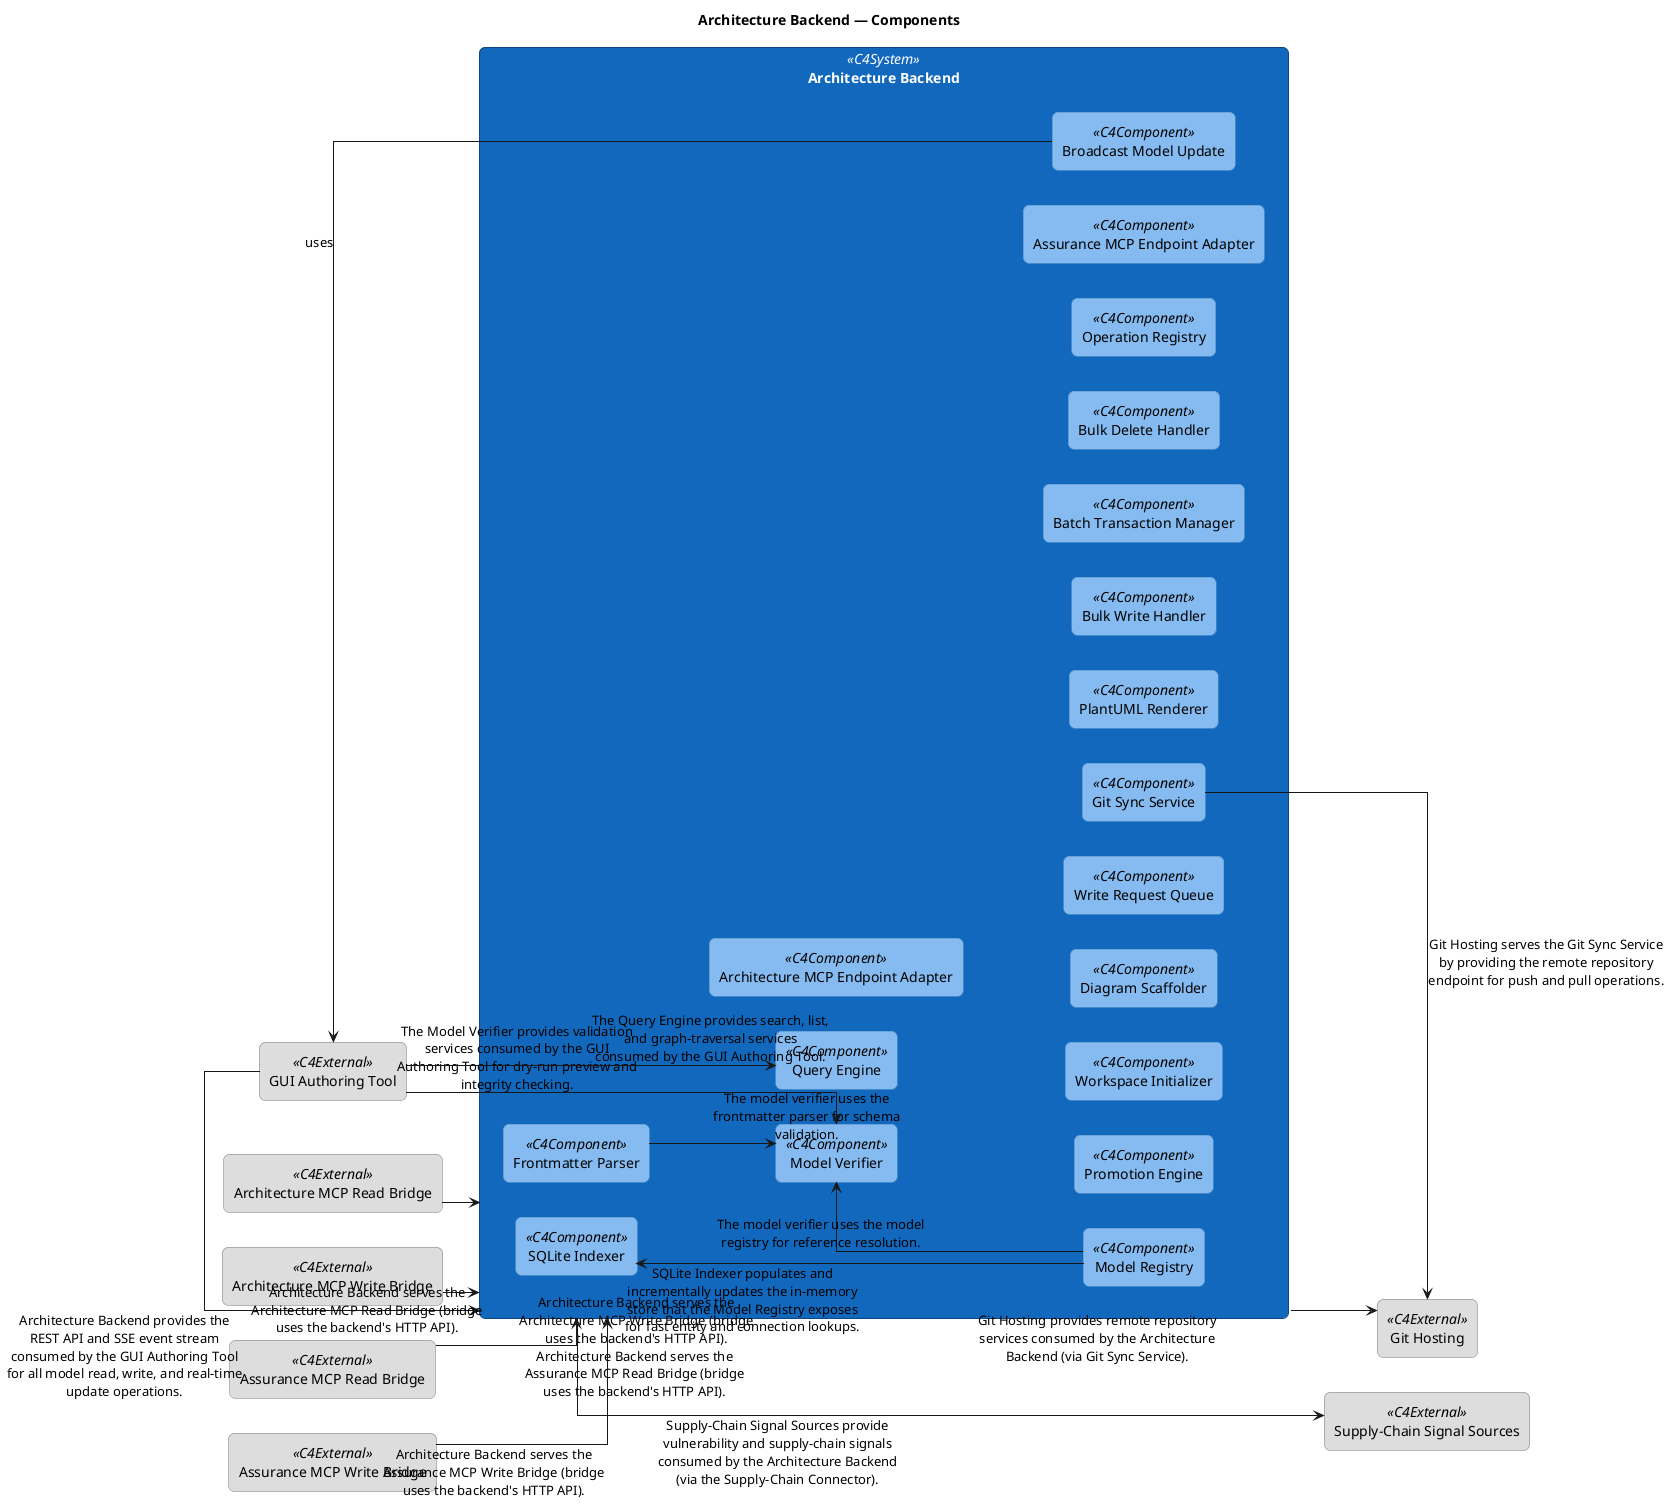
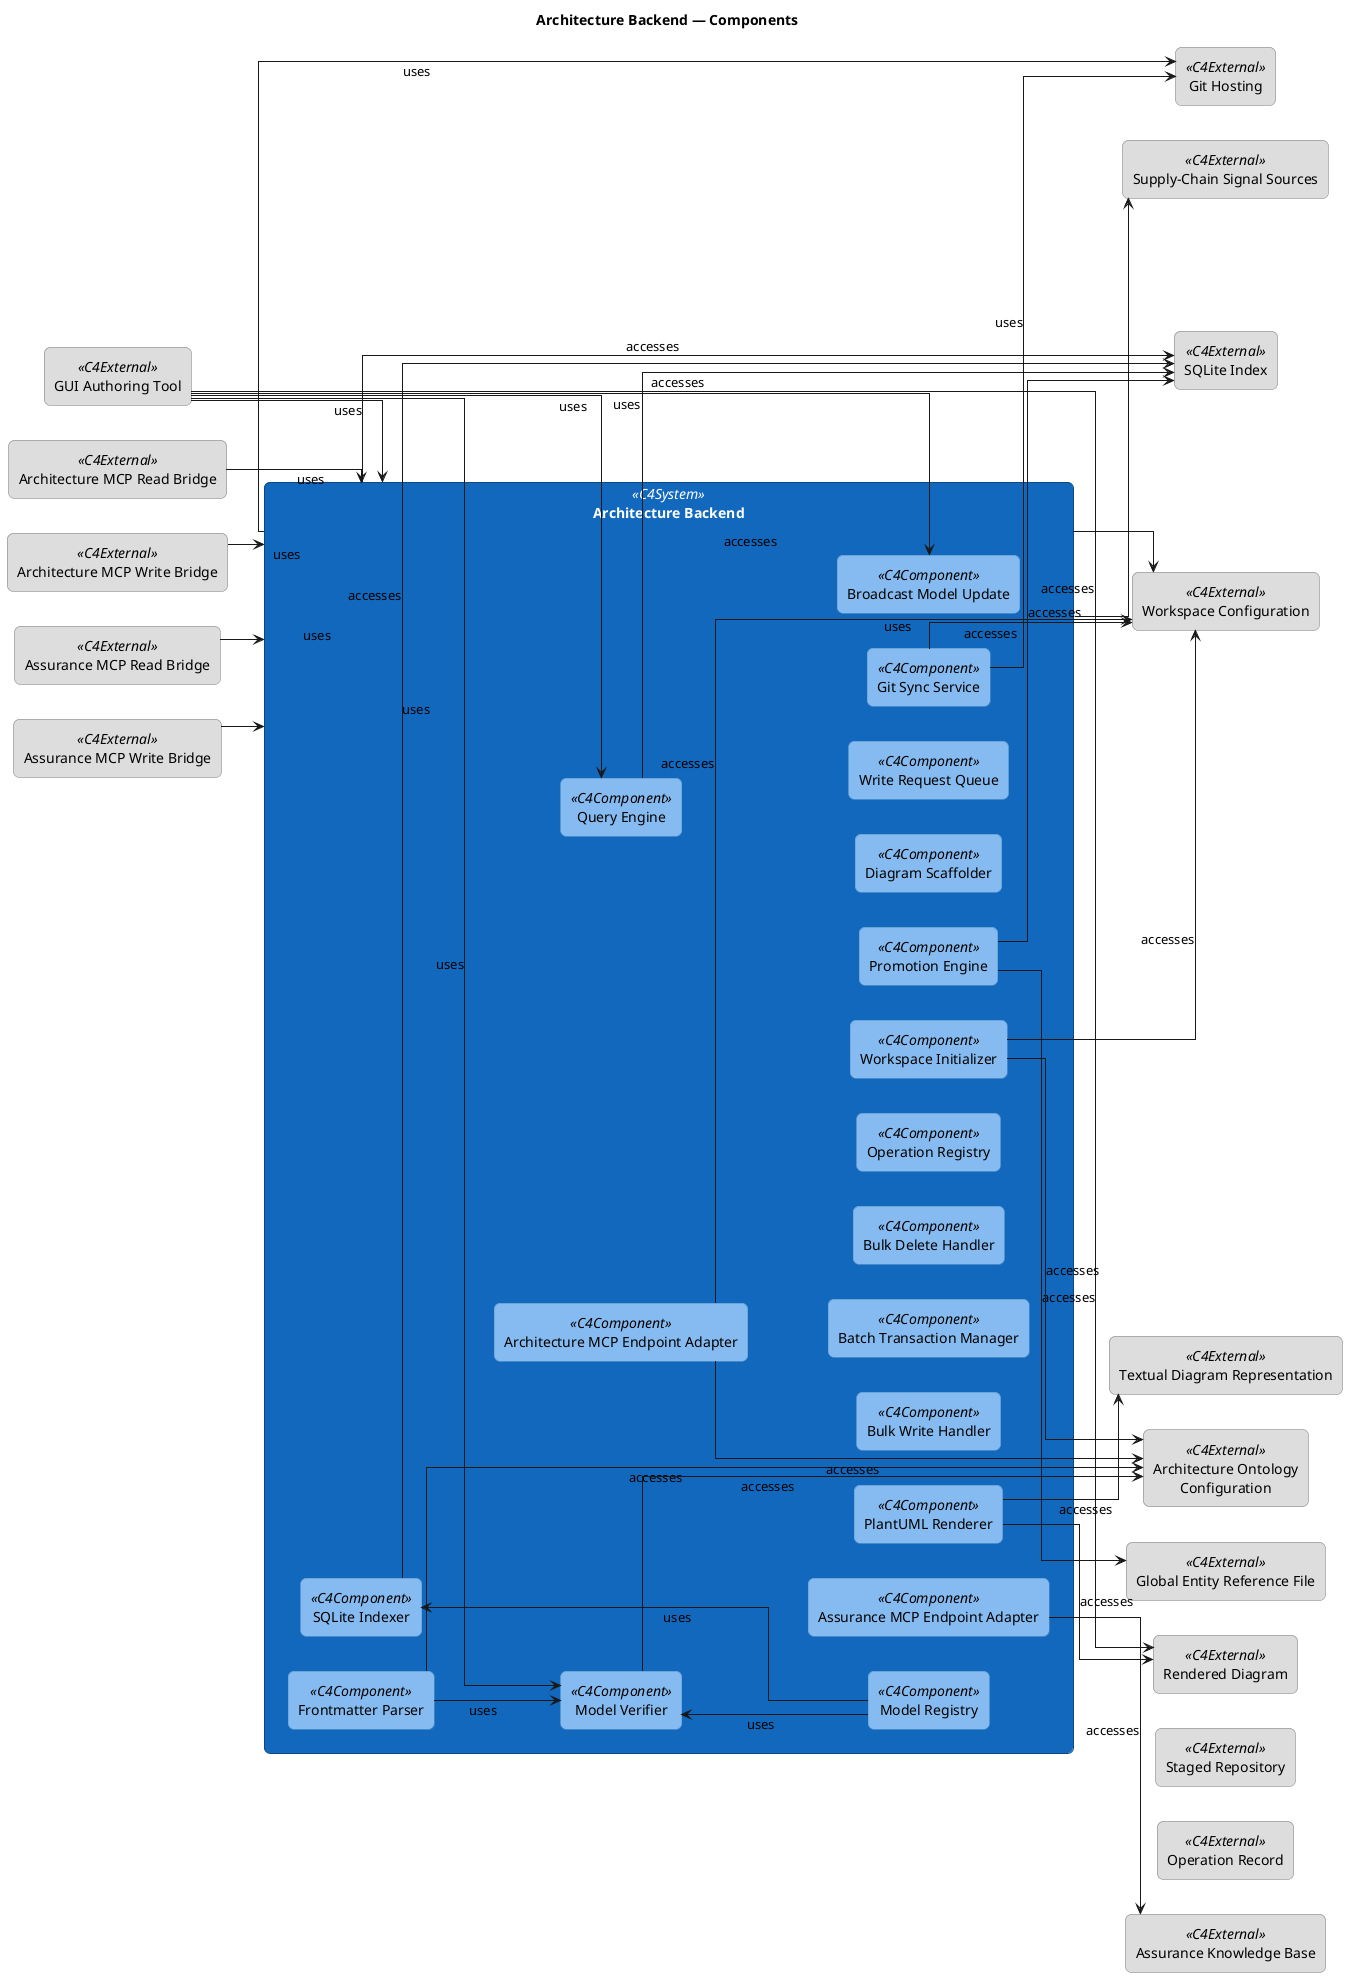
---
artifact-id: CC@1780829793.K3l46j.architecture-backend-components
artifact-type: diagram
name: "Architecture Backend \u2014 Components"
version: 0.1.0
status: draft
keywords:
- c4
- component
- backend
diagram-type: c4-component
entity-ids-used:
- APP@1712870400.JOmFWy.sqlite-indexer
- APP@1712870400.YOOEbL.frontmatter-parser
- APP@1712870400.ca3vm7.model-verifier
- APP@1712870400.kRZYOA.architecture-mcp-endpoint-adapter
- APP@1712870400.v9LvfK.query-engine
- APP@1712870400.yNhgdh.model-registry
- APP@1776149382.lmO0mp.gui-authoring-tool
- APP@1776633693.tIMxjr.promotion-engine
- APP@1776633694.w51oVF.workspace-initializer
- APP@1776633697.SCKD2U.diagram-scaffolder
- APP@1776637531.a9k_mJ.write-request-queue
- APP@1777293133.OYEmP1.architecture-backend
- APP@1777293134.tY3JIK.git-sync-service
- APP@1777293136.yaxrWl.plantuml-renderer
- APP@1777399924.5n_KQJ.bulk-write-handler
- APP@1777399925.HOOYAQ.batch-transaction-manager
- APP@1777399925.WK_78v.bulk-delete-handler
- APP@1777399926.PDJI8F.operation-registry
- APP@1780656430.m-U5S1.assurance-mcp-endpoint-adapter
- APP@1780783708.Ne0utf.architecture-mcp-read-bridge
- APP@1780783709.etTj9M.architecture-mcp-write-bridge
- APP@1780783710.iu_kKL.assurance-mcp-read-bridge
- APP@1780783711.js9xHR.assurance-mcp-write-bridge
- APP@1780783992.Je9pmw.git-hosting
- APP@1780783993.JqIBPJ.supply-chain-signal-sources
- FNC@1777390460.3ZsfnT.broadcast-model-update
+ - DOB@1712870400.3rilik.sqlite-index
+ - DOB@1776633700.I9qEoI.workspace-configuration
+ - DOB@1777239791.4Z28xK.textual-diagram-representation
+ - DOB@1777293139.UjyXG3.architecture-ontology-configuration
+ - DOB@1777293141.4dO6js.global-entity-reference-file
+ - DOB@1777293144.zynRsm.rendered-diagram
+ - DOB@1777399929.hhYsiw.staged-repository
+ - DOB@1777399930.hExrX3.operation-record
+ - DOB@1780656431.ApaPcg.assurance-knowledge-base
connection-ids-used:
- APP@1712870400.JOmFWy.sqlite-indexer---APP@1712870400.yNhgdh.model-registry@@archimate-serving
- APP@1712870400.ca3vm7.model-verifier---APP@1712870400.YOOEbL.frontmatter-parser@@archimate-serving
- APP@1712870400.ca3vm7.model-verifier---APP@1712870400.yNhgdh.model-registry@@archimate-serving
- APP@1712870400.ca3vm7.model-verifier---APP@1776149382.lmO0mp.gui-authoring-tool@@archimate-serving
- APP@1712870400.v9LvfK.query-engine---APP@1776149382.lmO0mp.gui-authoring-tool@@archimate-serving
- APP@1777293133.OYEmP1.architecture-backend---APP@1776149382.lmO0mp.gui-authoring-tool@@archimate-serving
- APP@1777293133.OYEmP1.architecture-backend---APP@1780783708.Ne0utf.architecture-mcp-read-bridge@@archimate-serving
- APP@1777293133.OYEmP1.architecture-backend---APP@1780783709.etTj9M.architecture-mcp-write-bridge@@archimate-serving
- APP@1777293133.OYEmP1.architecture-backend---APP@1780783710.iu_kKL.assurance-mcp-read-bridge@@archimate-serving
- APP@1777293133.OYEmP1.architecture-backend---APP@1780783711.js9xHR.assurance-mcp-write-bridge@@archimate-serving
- APP@1780783992.Je9pmw.git-hosting---APP@1777293133.OYEmP1.architecture-backend@@archimate-serving
- APP@1780783992.Je9pmw.git-hosting---APP@1777293134.tY3JIK.git-sync-service@@archimate-serving
- APP@1780783993.JqIBPJ.supply-chain-signal-sources---APP@1777293133.OYEmP1.architecture-backend@@archimate-serving
- FNC@1777390460.3ZsfnT.broadcast-model-update---APP@1776149382.lmO0mp.gui-authoring-tool@@archimate-association
+ - APP@1712870400.JOmFWy.sqlite-indexer---DOB@1712870400.3rilik.sqlite-index@@archimate-access
+ - APP@1712870400.YOOEbL.frontmatter-parser---DOB@1777293139.UjyXG3.architecture-ontology-configuration@@archimate-access
+ - APP@1712870400.ca3vm7.model-verifier---DOB@1777293139.UjyXG3.architecture-ontology-configuration@@archimate-access
+ - APP@1712870400.kRZYOA.architecture-mcp-endpoint-adapter---DOB@1776633700.I9qEoI.workspace-configuration@@archimate-access
+ - APP@1712870400.kRZYOA.architecture-mcp-endpoint-adapter---DOB@1777293139.UjyXG3.architecture-ontology-configuration@@archimate-access
+ - APP@1712870400.v9LvfK.query-engine---DOB@1712870400.3rilik.sqlite-index@@archimate-access
+ - APP@1776149382.lmO0mp.gui-authoring-tool---DOB@1777293144.zynRsm.rendered-diagram@@archimate-access
+ - APP@1776633693.tIMxjr.promotion-engine---DOB@1712870400.3rilik.sqlite-index@@archimate-access
+ - APP@1776633693.tIMxjr.promotion-engine---DOB@1777293141.4dO6js.global-entity-reference-file@@archimate-access
+ - APP@1776633694.w51oVF.workspace-initializer---DOB@1776633700.I9qEoI.workspace-configuration@@archimate-access
+ - APP@1776633694.w51oVF.workspace-initializer---DOB@1777293139.UjyXG3.architecture-ontology-configuration@@archimate-access
+ - APP@1777293133.OYEmP1.architecture-backend---DOB@1712870400.3rilik.sqlite-index@@archimate-access
+ - APP@1777293133.OYEmP1.architecture-backend---DOB@1776633700.I9qEoI.workspace-configuration@@archimate-access
+ - APP@1777293134.tY3JIK.git-sync-service---DOB@1776633700.I9qEoI.workspace-configuration@@archimate-access
+ - APP@1777293136.yaxrWl.plantuml-renderer---DOB@1777239791.4Z28xK.textual-diagram-representation@@archimate-access
+ - APP@1777293136.yaxrWl.plantuml-renderer---DOB@1777293144.zynRsm.rendered-diagram@@archimate-access
+ - APP@1780656430.m-U5S1.assurance-mcp-endpoint-adapter---DOB@1780656431.ApaPcg.assurance-knowledge-base@@archimate-access
+ - FNC@1777399926.DrKMhV.resolve-operation-idempotency---DOB@1777399930.hExrX3.operation-record@@archimate-access
+ - FNC@1777399927.hbgFU3.create-staging-repository---DOB@1777399929.hhYsiw.staged-repository@@archimate-access
diagram-entities: {}
bindings:
- id: bind-scope
  subject:
    kind: diagram
  correspondence_kind: scoped-by
  target:
    entity_id: APP@1777293133.OYEmP1.architecture-backend
last-updated: '2026-06-07'
---
@startuml architecture-backend---components
left to right direction
skinparam shadowing false
skinparam linetype ortho
skinparam defaultTextAlignment center
skinparam wrapWidth 240
skinparam maxMessageSize 240
skinparam rectangle {
  RoundCorner 12
  Padding 10
}
skinparam actor {
  BackgroundColor #08427b
  BorderColor #052e56
  FontColor white
}
skinparam rectangle<<C4System>> {
  BackgroundColor #1168bd
  BorderColor #0b4884
  FontColor white
}
skinparam rectangle<<C4Container>> {
  BackgroundColor #438dd5
  BorderColor #2f6da6
  FontColor white
}
skinparam rectangle<<C4Component>> {
  BackgroundColor #85bbf0
  BorderColor #5e98c8
  FontColor black
}
skinparam rectangle<<C4External>> {
  BackgroundColor #dddddd
  BorderColor #777777
  FontColor black
}

title Architecture Backend — Components

rectangle "Architecture Backend" <<C4System>> as APP_OYEmP1 {
  rectangle "SQLite Indexer" <<C4Component>> as APP_JOmFWy
  rectangle "Frontmatter Parser" <<C4Component>> as APP_YOOEbL
  rectangle "Model Verifier" <<C4Component>> as APP_ca3vm7
  rectangle "Architecture MCP Endpoint Adapter" <<C4Component>> as APP_kRZYOA
  rectangle "Query Engine" <<C4Component>> as APP_v9LvfK
  rectangle "Model Registry" <<C4Component>> as APP_yNhgdh
  rectangle "Promotion Engine" <<C4Component>> as APP_tIMxjr
  rectangle "Workspace Initializer" <<C4Component>> as APP_w51oVF
  rectangle "Diagram Scaffolder" <<C4Component>> as APP_SCKD2U
  rectangle "Write Request Queue" <<C4Component>> as APP_a9k_mJ
  rectangle "Git Sync Service" <<C4Component>> as APP_tY3JIK
  rectangle "PlantUML Renderer" <<C4Component>> as APP_yaxrWl
  rectangle "Bulk Write Handler" <<C4Component>> as APP_5n_KQJ
  rectangle "Batch Transaction Manager" <<C4Component>> as APP_HOOYAQ
  rectangle "Bulk Delete Handler" <<C4Component>> as APP_WK_78v
  rectangle "Operation Registry" <<C4Component>> as APP_PDJI8F
  rectangle "Assurance MCP Endpoint Adapter" <<C4Component>> as APP_m_U5S1
  rectangle "Broadcast Model Update" <<C4Component>> as FNC_3ZsfnT
  APP_JOmFWy -[hidden]right- APP_YOOEbL
  APP_YOOEbL -[hidden]right- APP_ca3vm7
  APP_ca3vm7 -[hidden]right- APP_kRZYOA
  APP_kRZYOA -[hidden]right- APP_v9LvfK
  APP_v9LvfK -[hidden]right- APP_yNhgdh
  APP_yNhgdh -[hidden]right- APP_tIMxjr
  APP_tIMxjr -[hidden]right- APP_w51oVF
  APP_w51oVF -[hidden]right- APP_SCKD2U
  APP_SCKD2U -[hidden]right- APP_a9k_mJ
  APP_a9k_mJ -[hidden]right- APP_tY3JIK
  APP_tY3JIK -[hidden]right- APP_yaxrWl
  APP_yaxrWl -[hidden]right- APP_5n_KQJ
  APP_5n_KQJ -[hidden]right- APP_HOOYAQ
  APP_HOOYAQ -[hidden]right- APP_WK_78v
  APP_WK_78v -[hidden]right- APP_PDJI8F
  APP_PDJI8F -[hidden]right- APP_m_U5S1
  APP_m_U5S1 -[hidden]right- FNC_3ZsfnT

}

rectangle "GUI Authoring Tool" <<C4External>> as APP_lmO0mp
rectangle "Architecture MCP Read Bridge" <<C4External>> as APP_Ne0utf
rectangle "Architecture MCP Write Bridge" <<C4External>> as APP_etTj9M
rectangle "Assurance MCP Read Bridge" <<C4External>> as APP_iu_kKL
rectangle "Assurance MCP Write Bridge" <<C4External>> as APP_js9xHR
rectangle "Git Hosting" <<C4External>> as APP_Je9pmw
rectangle "Supply-Chain Signal Sources" <<C4External>> as APP_JqIBPJ
+ rectangle "SQLite Index" <<C4External>> as DOB_3rilik
+ rectangle "Workspace Configuration" <<C4External>> as DOB_I9qEoI
+ rectangle "Textual Diagram Representation" <<C4External>> as DOB_4Z28xK
+ rectangle "Architecture Ontology Configuration" <<C4External>> as DOB_UjyXG3
+ rectangle "Global Entity Reference File" <<C4External>> as DOB_4dO6js
+ rectangle "Rendered Diagram" <<C4External>> as DOB_zynRsm
+ rectangle "Staged Repository" <<C4External>> as DOB_hhYsiw
+ rectangle "Operation Record" <<C4External>> as DOB_hExrX3
+ rectangle "Assurance Knowledge Base" <<C4External>> as DOB_ApaPcg

APP_OYEmP1 -[hidden]right- APP_lmO0mp
APP_lmO0mp -[hidden]right- APP_Ne0utf
APP_Ne0utf -[hidden]right- APP_etTj9M
APP_etTj9M -[hidden]right- APP_iu_kKL
APP_iu_kKL -[hidden]right- APP_js9xHR
APP_js9xHR -[hidden]right- APP_Je9pmw
APP_Je9pmw -[hidden]right- APP_JqIBPJ
- 
- 
- APP_yNhgdh --> APP_JOmFWy : SQLite Indexer populates and incrementally updates the in-memory store that the Model Registry exposes for fast entity and connection lookups.
- APP_YOOEbL --> APP_ca3vm7 : The model verifier uses the frontmatter parser for schema validation.
- APP_yNhgdh --> APP_ca3vm7 : The model verifier uses the model registry for reference resolution.
- APP_lmO0mp --> APP_ca3vm7 : The Model Verifier provides validation services consumed by the GUI Authoring Tool for dry-run preview and integrity checking.
- APP_lmO0mp --> APP_v9LvfK : The Query Engine provides search, list, and graph-traversal services consumed by the GUI Authoring Tool.
- APP_lmO0mp --> APP_OYEmP1 : Architecture Backend provides the REST API and SSE event stream consumed by the GUI Authoring Tool for all model read, write, and real-time update operations.
- APP_Ne0utf --> APP_OYEmP1 : Architecture Backend serves the Architecture MCP Read Bridge (bridge uses the backend's HTTP API).
- APP_etTj9M --> APP_OYEmP1 : Architecture Backend serves the Architecture MCP Write Bridge (bridge uses the backend's HTTP API).
- APP_iu_kKL --> APP_OYEmP1 : Architecture Backend serves the Assurance MCP Read Bridge (bridge uses the backend's HTTP API).
- APP_js9xHR --> APP_OYEmP1 : Architecture Backend serves the Assurance MCP Write Bridge (bridge uses the backend's HTTP API).
- APP_OYEmP1 --> APP_Je9pmw : Git Hosting provides remote repository services consumed by the Architecture Backend (via Git Sync Service).
- APP_tY3JIK --> APP_Je9pmw : Git Hosting serves the Git Sync Service by providing the remote repository endpoint for push and pull operations.
- APP_OYEmP1 --> APP_JqIBPJ : Supply-Chain Signal Sources provide vulnerability and supply-chain signals consumed by the Architecture Backend (via the Supply-Chain Connector).
- FNC_3ZsfnT --> APP_lmO0mp : uses
+ APP_JqIBPJ -[hidden]right- DOB_3rilik
+ DOB_3rilik -[hidden]right- DOB_I9qEoI
+ DOB_I9qEoI -[hidden]right- DOB_4Z28xK
+ DOB_4Z28xK -[hidden]right- DOB_UjyXG3
+ DOB_UjyXG3 -[hidden]right- DOB_4dO6js
+ DOB_4dO6js -[hidden]right- DOB_zynRsm
+ DOB_zynRsm -[hidden]right- DOB_hhYsiw
+ DOB_hhYsiw -[hidden]right- DOB_hExrX3
+ DOB_hExrX3 -[hidden]right- DOB_ApaPcg
+ 
+ 
+ APP_yNhgdh --> APP_JOmFWy : uses
+ APP_JOmFWy --> DOB_3rilik : accesses
+ APP_YOOEbL --> DOB_UjyXG3 : accesses
+ APP_YOOEbL --> APP_ca3vm7 : uses
+ APP_yNhgdh --> APP_ca3vm7 : uses
+ APP_lmO0mp --> APP_ca3vm7 : uses
+ APP_ca3vm7 --> DOB_UjyXG3 : accesses
+ APP_kRZYOA --> DOB_I9qEoI : accesses
+ APP_kRZYOA --> DOB_UjyXG3 : accesses
+ APP_lmO0mp --> APP_v9LvfK : uses
+ APP_v9LvfK --> DOB_3rilik : accesses
+ APP_lmO0mp --> DOB_zynRsm : accesses
+ APP_tIMxjr --> DOB_3rilik : accesses
+ APP_tIMxjr --> DOB_4dO6js : accesses
+ APP_w51oVF --> DOB_I9qEoI : accesses
+ APP_w51oVF --> DOB_UjyXG3 : accesses
+ APP_lmO0mp --> APP_OYEmP1 : uses
+ APP_Ne0utf --> APP_OYEmP1 : uses
+ APP_etTj9M --> APP_OYEmP1 : uses
+ APP_iu_kKL --> APP_OYEmP1 : uses
+ APP_js9xHR --> APP_OYEmP1 : uses
+ APP_OYEmP1 --> DOB_3rilik : accesses
+ APP_OYEmP1 --> DOB_I9qEoI : accesses
+ APP_tY3JIK --> DOB_I9qEoI : accesses
+ APP_yaxrWl --> DOB_4Z28xK : accesses
+ APP_yaxrWl --> DOB_zynRsm : accesses
+ APP_m_U5S1 --> DOB_ApaPcg : accesses
+ APP_OYEmP1 --> APP_Je9pmw : uses
+ APP_tY3JIK --> APP_Je9pmw : uses
+ APP_OYEmP1 --> APP_JqIBPJ : uses
+ APP_lmO0mp --> FNC_3ZsfnT : uses
@enduml
